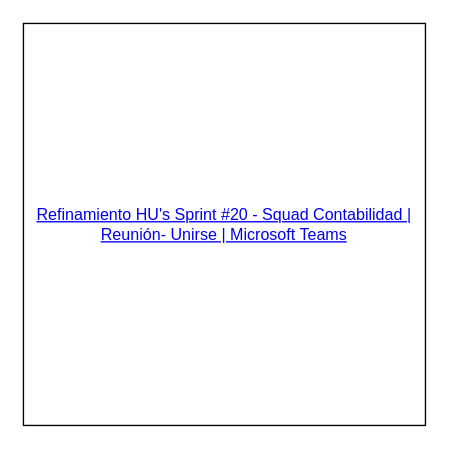
rgil93/Prueba keeps this draw.io diagram as Diagrama sin título.drawio. Above is the earlier version. Source tidied: cells renumbered, new cells numbered last; positions are measured from the earlier drawing's top-left corner, leaving out a move shared by most shapes. Both pictures are drawn from the tidied source at 134%, with x=0, y=0 at pixel (23, 23).
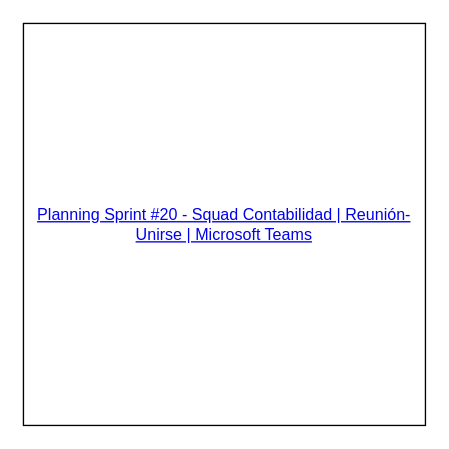
The same page after the edit.

The edit, as a diff of the source:
```diff
@@
 <mxGraphModel>
   <root>
     <mxCell id="0" />
     <mxCell id="1" parent="0" />
-    <mxCell id="2" value="&lt;div&gt;&lt;a dir=&quot;auto&quot; tabindex=&quot;0&quot; rel=&quot;noopener noreferrer&quot; target=&quot;_blank&quot; href=&quot;https://teams.microsoft.com/l/meetup-join/19%253ameeting_NzRlYjg3NGYtNDkwMS00N2MwLWIzNjYtMmU3MGQ4OTEyMDhk%2540thread.v2/0?context=%257b%2522Tid%2522%253a%252210a76712-94f6-46a2-9155-31bd8b76f937%2522%252c%2522Oid%2522%253a%2522257b3371-5433-4ced-ae2c-40ed6ea68b44%2522%257d&quot;&gt;Refinamiento HU's Sprint #20 - Squad Contabilidad | Reunión- Unirse | Microsoft Teams&lt;/a&gt;&lt;/div&gt;" style="whiteSpace=wrap;html=1;" parent="1" vertex="1">
+    <mxCell id="2" value="&lt;div&gt;&lt;a dir=&quot;auto&quot; tabindex=&quot;0&quot; rel=&quot;noopener noreferrer&quot; target=&quot;_blank&quot; href=&quot;https://teams.microsoft.com/l/meetup-join/19%253ameeting_NjAwZDkyYjItZDI3YS00MTI3LTliNjktOGQ0ZDY0NzlkZmMy%2540thread.v2/0?context=%257b%2522Tid%2522%253a%252210a76712-94f6-46a2-9155-31bd8b76f937%2522%252c%2522Oid%2522%253a%2522257b3371-5433-4ced-ae2c-40ed6ea68b44%2522%257d&quot;&gt;Planning Sprint #20 - Squad Contabilidad | Reunión- Unirse | Microsoft Teams&lt;/a&gt;&lt;/div&gt;" style="whiteSpace=wrap;html=1;" parent="1" vertex="1">
       <mxGeometry width="300" height="300" as="geometry" />
     </mxCell>
   </root>
 </mxGraphModel>
```
